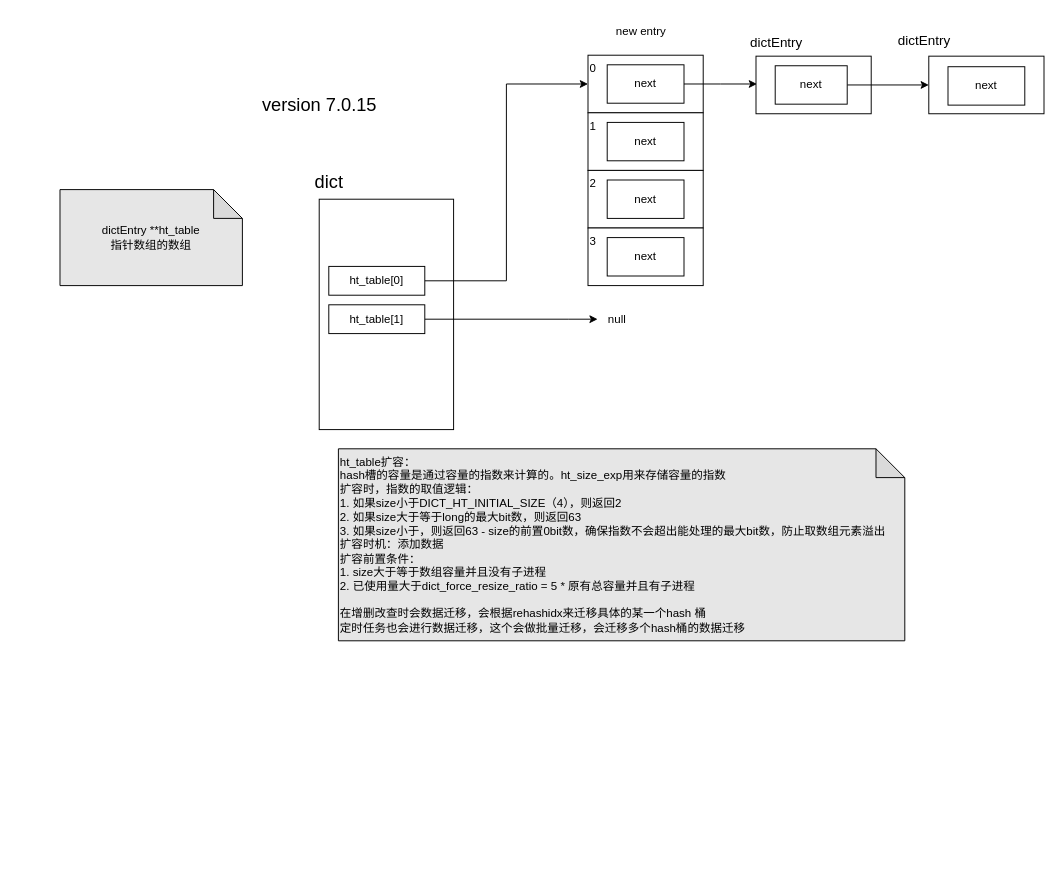
This is redis.drawio from hlcgithub/draw, a draw.io file, before an edit. Source tidied: cells renumbered, new cells numbered last; positions are measured from the earlier drawing's top-left corner, leaving out a move shared by most shapes. Both pictures are drawn from the tidied source at 96%, with x=0, y=0 at pixel (60, 16).
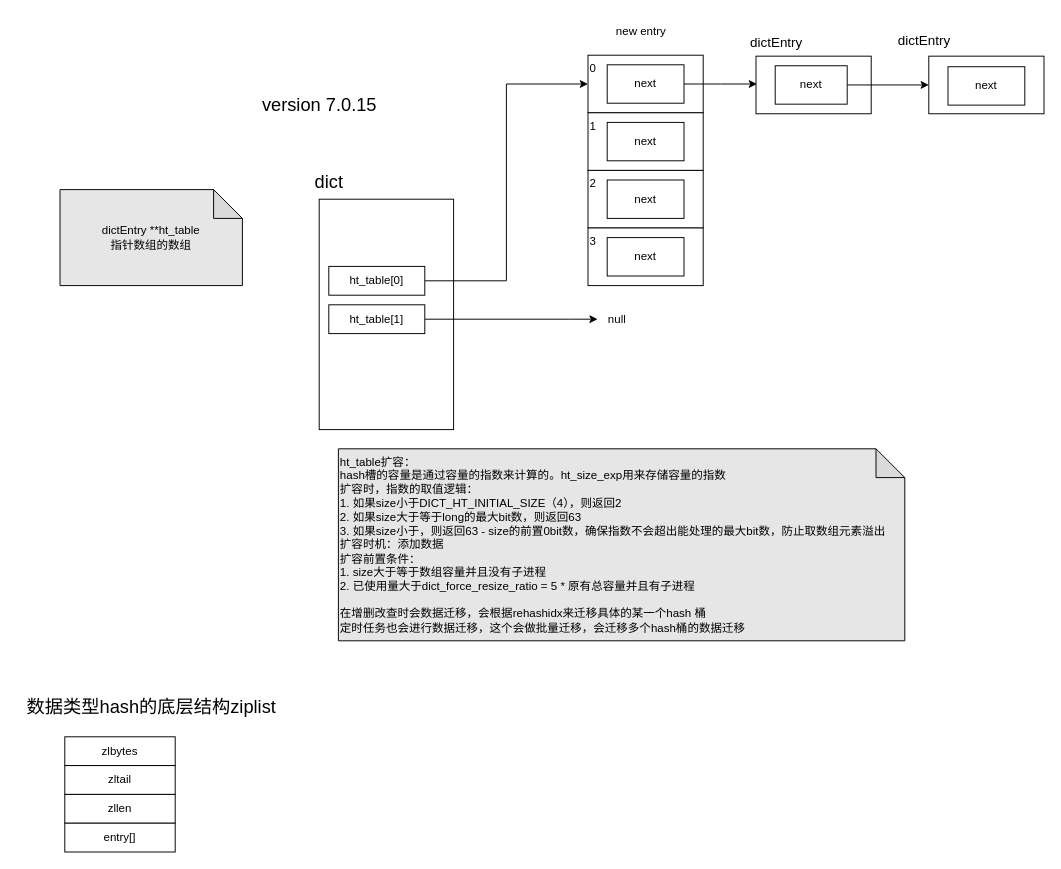
Above is the later version.

Diff of the diagram source:
```diff
@@
+    <mxCell id="29" value="数据类型hash的底层结构ziplist" style="text;html=1;align=center;verticalAlign=middle;strokeColor=none;fillColor=none;fontSize=19;" parent="1" vertex="1">
+      <mxGeometry x="-45" y="700" width="280" height="40" as="geometry" />
+    </mxCell>
+    <mxCell id="30" value="zlbytes" style="rounded=0;whiteSpace=wrap;html=1;" parent="1" vertex="1">
+      <mxGeometry x="5" y="750" width="115" height="30" as="geometry" />
+    </mxCell>
+    <mxCell id="31" value="zltail" style="rounded=0;whiteSpace=wrap;html=1;" parent="1" vertex="1">
+      <mxGeometry x="5" y="780" width="115" height="30" as="geometry" />
+    </mxCell>
+    <mxCell id="32" value="zllen" style="rounded=0;whiteSpace=wrap;html=1;" parent="1" vertex="1">
+      <mxGeometry x="5" y="810" width="115" height="30" as="geometry" />
+    </mxCell>
+    <mxCell id="33" value="entry[]" style="rounded=0;whiteSpace=wrap;html=1;" parent="1" vertex="1">
+      <mxGeometry x="5" y="840" width="115" height="30" as="geometry" />
+    </mxCell>
```
